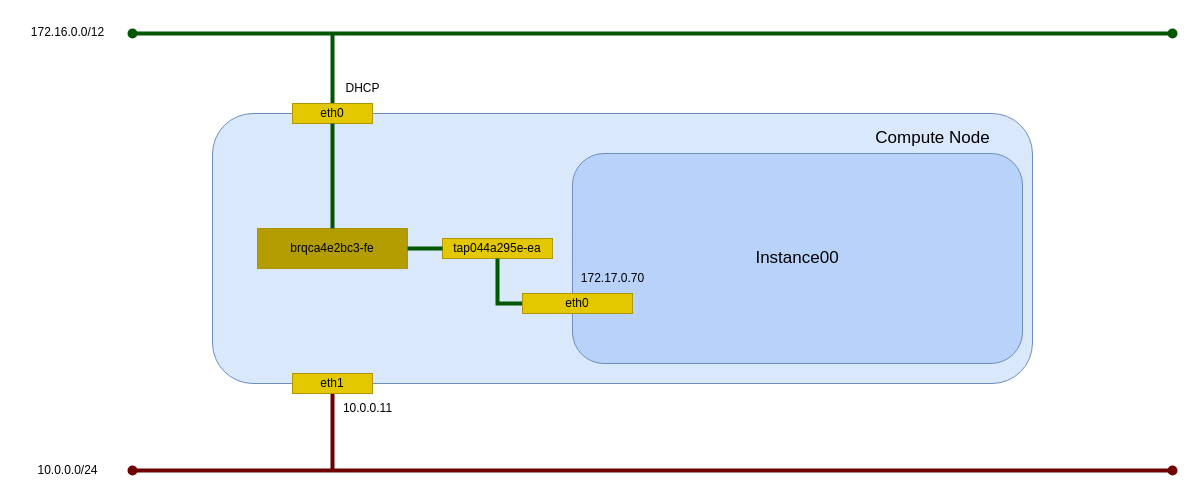
Before: _static/image/network_flat_instance_linuxbridge.drawio in 9506hqwy/openstack_study_notes, a draw.io diagram. Source tidied: cells renumbered, new cells numbered last; positions are measured from the earlier drawing's top-left corner, leaving out a move shared by most shapes. Both pictures are drawn from the tidied source at 100%, with x=0, y=0 at pixel (17, 17).
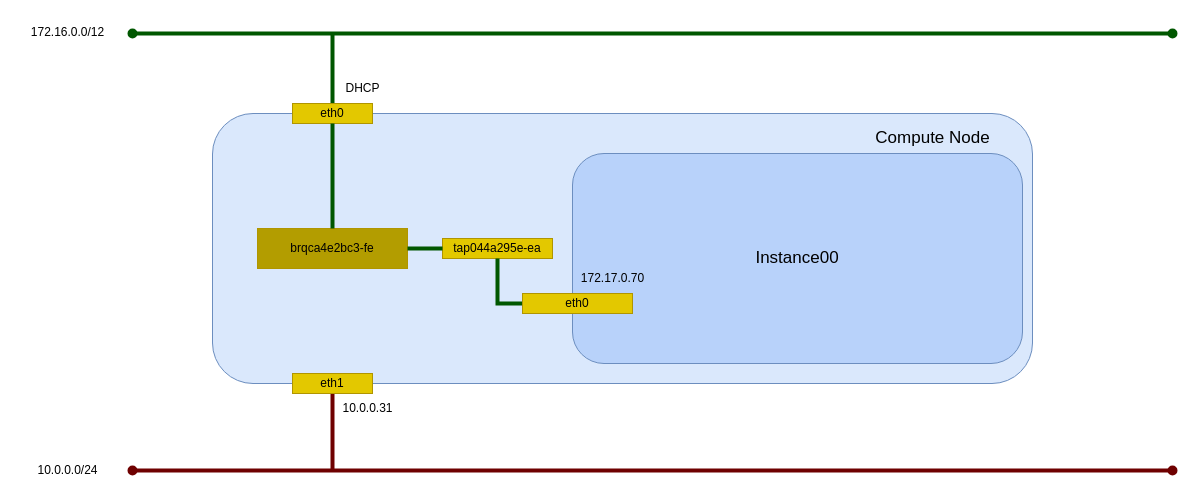
The same diagram, later.

The edit, as a diff of the source:
```diff
@@
-    <mxCell id="12" value="10.0.0.11" style="text;html=1;align=center;verticalAlign=middle;strokeColor=none;fillColor=none;" parent="8" vertex="1">
+    <mxCell id="12" value="10.0.0.31" style="text;html=1;align=center;verticalAlign=middle;strokeColor=none;fillColor=none;" parent="8" vertex="1">
       <mxGeometry x="315" y="376" width="70" height="30" as="geometry" />
     </mxCell>
```
